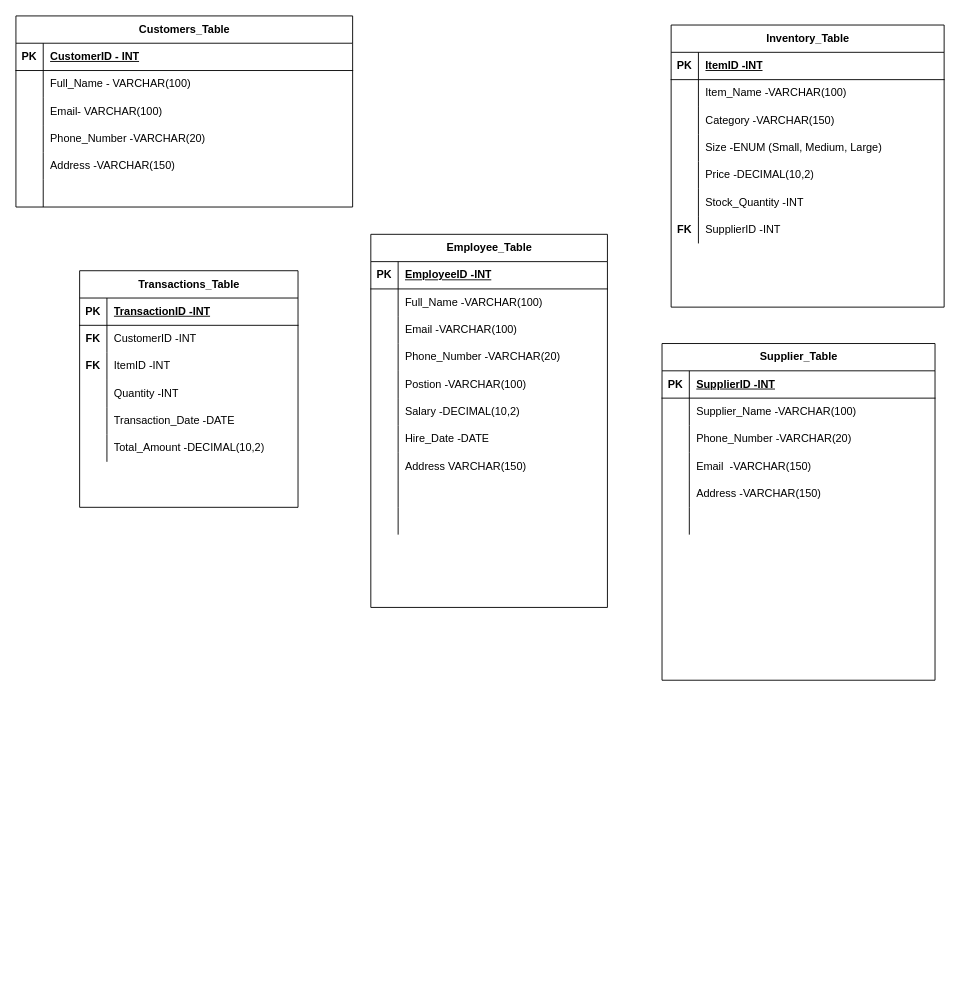
Before: Untitled Diagram.drawio in aronkidane014/Capstone_1, a draw.io diagram. Source tidied: cells renumbered, new cells numbered last; positions are measured from the earlier drawing's top-left corner, leaving out a move shared by most shapes. Both pictures are drawn from the tidied source at 91%, with x=0, y=0 at pixel (15, 15).
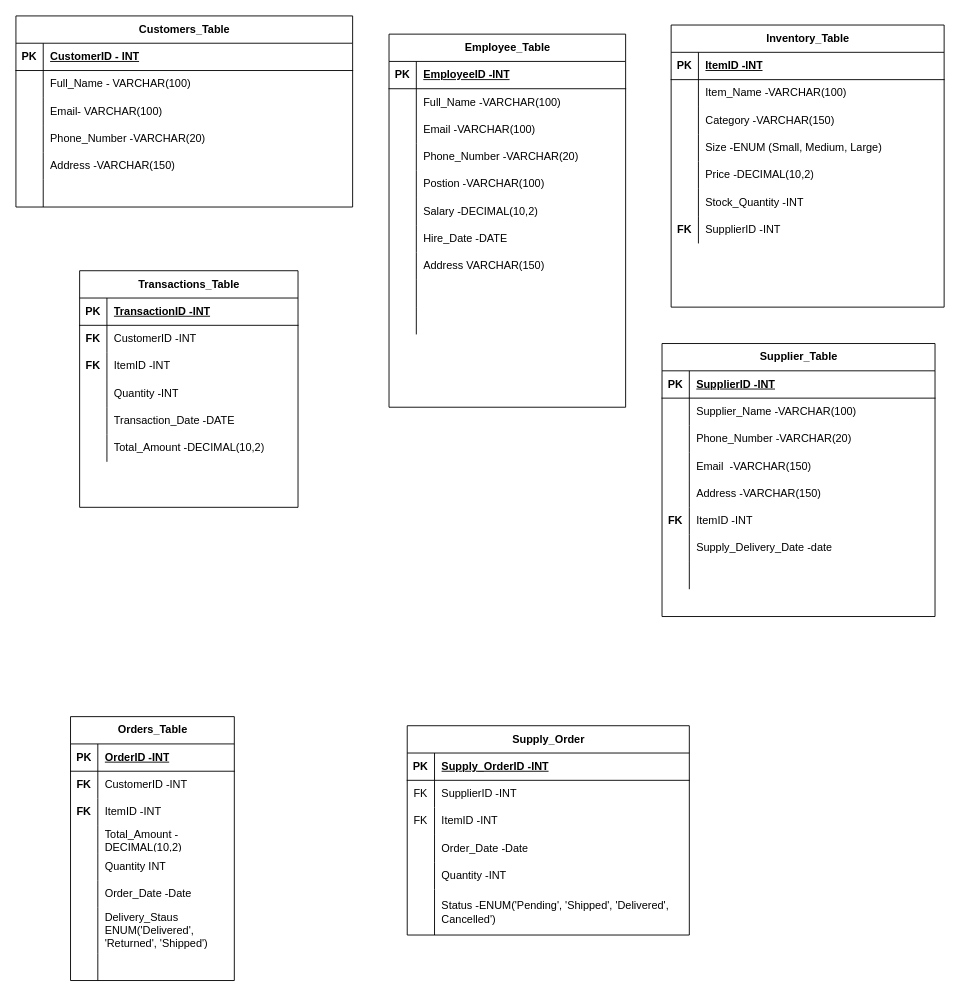
The same diagram, later.

The change refers to these unchanged cells:
```xml
<mxCell id="78" style="shape=tableRow;horizontal=0;startSize=0;swimlaneHead=0;swimlaneBody=0;fillColor=none;top=0;left=0;right=0;bottom=0;" parent="62" vertex="1">
  <mxGeometry y="180" width="300" height="30" as="geometry" />
</mxCell>
```

Diff of the diagram source:
```diff
@@
     <mxCell id="62" value="Supplier_Table" style="shape=table;startSize=30;childLayout=tableLayout;rowLines=0;fontStyle=1;align=center;html=1;" parent="1" vertex="1">
-      <mxGeometry x="710" y="360" width="300" height="370" as="geometry" />
+      <mxGeometry x="710" y="360" width="300" height="300" as="geometry" />
     </mxCell>
@@
-    <mxCell id="79" style="shape=partialRectangle;fillColor=none;top=0;left=0;bottom=0;right=0;overflow=hidden;whiteSpace=wrap;html=1;" parent="78" vertex="1">
+    <mxCell id="79" value="&lt;b&gt;FK&lt;/b&gt;" style="shape=partialRectangle;fillColor=none;top=0;left=0;bottom=0;right=0;overflow=hidden;whiteSpace=wrap;html=1;" parent="78" vertex="1">
       <mxGeometry width="30" height="30" as="geometry" />
     </mxCell>
-    <mxCell id="80" style="shape=partialRectangle;fillColor=none;top=0;left=0;bottom=0;right=0;align=left;spacingLeft=6;overflow=hidden;whiteSpace=wrap;html=1;" parent="78" vertex="1">
+    <mxCell id="80" value="ItemID -INT" style="shape=partialRectangle;fillColor=none;top=0;left=0;bottom=0;right=0;align=left;spacingLeft=6;overflow=hidden;whiteSpace=wrap;html=1;" parent="78" vertex="1">
       <mxGeometry x="30" width="270" height="30" as="geometry" />
     </mxCell>
+    <mxCell id="112" style="shape=tableRow;horizontal=0;startSize=0;swimlaneHead=0;swimlaneBody=0;fillColor=none;top=0;left=0;right=0;bottom=0;" parent="62" vertex="1">
+      <mxGeometry y="210" width="300" height="30" as="geometry" />
+    </mxCell>
+    <mxCell id="113" style="shape=partialRectangle;fillColor=none;top=0;left=0;bottom=0;right=0;overflow=hidden;whiteSpace=wrap;html=1;" parent="112" vertex="1">
+      <mxGeometry width="30" height="30" as="geometry" />
+    </mxCell>
+    <mxCell id="114" value="Supply_Delivery_Date -date" style="shape=partialRectangle;fillColor=none;top=0;left=0;bottom=0;right=0;align=left;spacingLeft=6;overflow=hidden;whiteSpace=wrap;html=1;" parent="112" vertex="1">
+      <mxGeometry x="30" width="270" height="30" as="geometry" />
+    </mxCell>
+    <mxCell id="115" style="shape=tableRow;horizontal=0;startSize=0;swimlaneHead=0;swimlaneBody=0;fillColor=none;top=0;left=0;right=0;bottom=0;" parent="62" vertex="1">
+      <mxGeometry y="240" width="300" height="30" as="geometry" />
+    </mxCell>
+    <mxCell id="116" style="shape=partialRectangle;fillColor=none;top=0;left=0;bottom=0;right=0;overflow=hidden;whiteSpace=wrap;html=1;" parent="115" vertex="1">
+      <mxGeometry width="30" height="30" as="geometry" />
+    </mxCell>
+    <mxCell id="117" style="shape=partialRectangle;fillColor=none;top=0;left=0;bottom=0;right=0;align=left;spacingLeft=6;overflow=hidden;whiteSpace=wrap;html=1;" parent="115" vertex="1">
+      <mxGeometry x="30" width="270" height="30" as="geometry" />
+    </mxCell>
     <mxCell id="81" value="Employee_Table" style="shape=table;startSize=30;childLayout=tableLayout;rowLines=0;fontStyle=1;align=center;html=1;" parent="1" vertex="1">
-      <mxGeometry x="390" y="240" width="260" height="410" as="geometry" />
+      <mxGeometry x="410" y="20" width="260" height="410" as="geometry" />
     </mxCell>
@@
+    <mxCell id="118" value="Orders_Table" style="shape=table;startSize=30;childLayout=tableLayout;rowLines=0;fontStyle=1;align=center;html=1;" parent="1" vertex="1">
+      <mxGeometry x="60" y="770" width="180" height="290" as="geometry" />
+    </mxCell>
+    <mxCell id="119" style="shape=tableRow;horizontal=0;startSize=0;swimlaneHead=0;swimlaneBody=0;fillColor=none;top=0;left=0;right=0;bottom=1;" parent="118" vertex="1">
+      <mxGeometry y="30" width="180" height="30" as="geometry" />
+    </mxCell>
+    <mxCell id="120" value="PK" style="shape=partialRectangle;fillColor=none;top=0;left=0;bottom=0;right=0;fontStyle=1;overflow=hidden;whiteSpace=wrap;html=1;" parent="119" vertex="1">
+      <mxGeometry width="30" height="30" as="geometry" />
+    </mxCell>
+    <mxCell id="121" value="OrderID -INT" style="shape=partialRectangle;fillColor=none;top=0;left=0;bottom=0;right=0;align=left;spacingLeft=6;fontStyle=5;overflow=hidden;whiteSpace=wrap;html=1;" parent="119" vertex="1">
+      <mxGeometry x="30" width="150" height="30" as="geometry" />
+    </mxCell>
+    <mxCell id="122" style="shape=tableRow;horizontal=0;startSize=0;swimlaneHead=0;swimlaneBody=0;fillColor=none;top=0;left=0;right=0;bottom=0;" parent="118" vertex="1">
+      <mxGeometry y="60" width="180" height="30" as="geometry" />
+    </mxCell>
+    <mxCell id="123" value="&lt;b&gt;FK&lt;/b&gt;" style="shape=partialRectangle;fillColor=none;top=0;left=0;bottom=0;right=0;overflow=hidden;whiteSpace=wrap;html=1;" parent="122" vertex="1">
+      <mxGeometry width="30" height="30" as="geometry" />
+    </mxCell>
+    <mxCell id="124" value="CustomerID -INT" style="shape=partialRectangle;fillColor=none;top=0;left=0;bottom=0;right=0;align=left;spacingLeft=6;overflow=hidden;whiteSpace=wrap;html=1;" parent="122" vertex="1">
+      <mxGeometry x="30" width="150" height="30" as="geometry" />
+    </mxCell>
+    <mxCell id="125" style="shape=tableRow;horizontal=0;startSize=0;swimlaneHead=0;swimlaneBody=0;fillColor=none;top=0;left=0;right=0;bottom=0;" parent="118" vertex="1">
+      <mxGeometry y="90" width="180" height="30" as="geometry" />
+    </mxCell>
+    <mxCell id="126" value="&lt;b&gt;FK&lt;/b&gt;" style="shape=partialRectangle;fillColor=none;top=0;left=0;bottom=0;right=0;overflow=hidden;whiteSpace=wrap;html=1;" parent="125" vertex="1">
+      <mxGeometry width="30" height="30" as="geometry" />
+    </mxCell>
+    <mxCell id="127" value="ItemID -INT" style="shape=partialRectangle;fillColor=none;top=0;left=0;bottom=0;right=0;align=left;spacingLeft=6;overflow=hidden;whiteSpace=wrap;html=1;" parent="125" vertex="1">
+      <mxGeometry x="30" width="150" height="30" as="geometry" />
+    </mxCell>
+    <mxCell id="128" style="shape=tableRow;horizontal=0;startSize=0;swimlaneHead=0;swimlaneBody=0;fillColor=none;top=0;left=0;right=0;bottom=0;" parent="118" vertex="1">
+      <mxGeometry y="120" width="180" height="30" as="geometry" />
+    </mxCell>
+    <mxCell id="129" style="shape=partialRectangle;fillColor=none;top=0;left=0;bottom=0;right=0;overflow=hidden;whiteSpace=wrap;html=1;" parent="128" vertex="1">
+      <mxGeometry width="30" height="30" as="geometry" />
+    </mxCell>
+    <mxCell id="130" value="Total_Amount -DECIMAL(10,2)" style="shape=partialRectangle;fillColor=none;top=0;left=0;bottom=0;right=0;align=left;spacingLeft=6;overflow=hidden;whiteSpace=wrap;html=1;" parent="128" vertex="1">
+      <mxGeometry x="30" width="150" height="30" as="geometry" />
+    </mxCell>
+    <mxCell id="131" style="shape=tableRow;horizontal=0;startSize=0;swimlaneHead=0;swimlaneBody=0;fillColor=none;top=0;left=0;right=0;bottom=0;" parent="118" vertex="1">
+      <mxGeometry y="150" width="180" height="30" as="geometry" />
+    </mxCell>
+    <mxCell id="132" style="shape=partialRectangle;fillColor=none;top=0;left=0;bottom=0;right=0;overflow=hidden;whiteSpace=wrap;html=1;" parent="131" vertex="1">
+      <mxGeometry width="30" height="30" as="geometry" />
+    </mxCell>
+    <mxCell id="133" value="Quantity INT" style="shape=partialRectangle;fillColor=none;top=0;left=0;bottom=0;right=0;align=left;spacingLeft=6;overflow=hidden;whiteSpace=wrap;html=1;" parent="131" vertex="1">
+      <mxGeometry x="30" width="150" height="30" as="geometry" />
+    </mxCell>
+    <mxCell id="134" style="shape=tableRow;horizontal=0;startSize=0;swimlaneHead=0;swimlaneBody=0;fillColor=none;top=0;left=0;right=0;bottom=0;" parent="118" vertex="1">
+      <mxGeometry y="180" width="180" height="30" as="geometry" />
+    </mxCell>
+    <mxCell id="135" style="shape=partialRectangle;fillColor=none;top=0;left=0;bottom=0;right=0;overflow=hidden;whiteSpace=wrap;html=1;" parent="134" vertex="1">
+      <mxGeometry width="30" height="30" as="geometry" />
+    </mxCell>
+    <mxCell id="136" value="Order_Date -Date" style="shape=partialRectangle;fillColor=none;top=0;left=0;bottom=0;right=0;align=left;spacingLeft=6;overflow=hidden;whiteSpace=wrap;html=1;" parent="134" vertex="1">
+      <mxGeometry x="30" width="150" height="30" as="geometry" />
+    </mxCell>
+    <mxCell id="137" style="shape=tableRow;horizontal=0;startSize=0;swimlaneHead=0;swimlaneBody=0;fillColor=none;top=0;left=0;right=0;bottom=0;" parent="118" vertex="1">
+      <mxGeometry y="210" width="180" height="50" as="geometry" />
+    </mxCell>
+    <mxCell id="138" style="shape=partialRectangle;fillColor=none;top=0;left=0;bottom=0;right=0;overflow=hidden;whiteSpace=wrap;html=1;" parent="137" vertex="1">
+      <mxGeometry width="30" height="50" as="geometry" />
+    </mxCell>
+    <mxCell id="139" value="Delivery_Staus ENUM('Delivered', 'Returned', 'Shipped')" style="shape=partialRectangle;fillColor=none;top=0;left=0;bottom=0;right=0;align=left;spacingLeft=6;overflow=hidden;whiteSpace=wrap;html=1;" parent="137" vertex="1">
+      <mxGeometry x="30" width="150" height="50" as="geometry" />
+    </mxCell>
+    <mxCell id="140" style="shape=tableRow;horizontal=0;startSize=0;swimlaneHead=0;swimlaneBody=0;fillColor=none;top=0;left=0;right=0;bottom=0;" parent="118" vertex="1">
+      <mxGeometry y="260" width="180" height="30" as="geometry" />
+    </mxCell>
+    <mxCell id="141" style="shape=partialRectangle;fillColor=none;top=0;left=0;bottom=0;right=0;overflow=hidden;whiteSpace=wrap;html=1;" parent="140" vertex="1">
+      <mxGeometry width="30" height="30" as="geometry" />
+    </mxCell>
+    <mxCell id="142" style="shape=partialRectangle;fillColor=none;top=0;left=0;bottom=0;right=0;align=left;spacingLeft=6;overflow=hidden;whiteSpace=wrap;html=1;" parent="140" vertex="1">
+      <mxGeometry x="30" width="150" height="30" as="geometry" />
+    </mxCell>
+    <mxCell id="143" value="Supply_Order" style="shape=table;startSize=30;childLayout=tableLayout;rowLines=0;fontStyle=1;align=center;html=1;" parent="1" vertex="1">
+      <mxGeometry x="430" y="780" width="310" height="230" as="geometry" />
+    </mxCell>
+    <mxCell id="144" style="shape=tableRow;horizontal=0;startSize=0;swimlaneHead=0;swimlaneBody=0;fillColor=none;top=0;left=0;right=0;bottom=1;" parent="143" vertex="1">
+      <mxGeometry y="30" width="310" height="30" as="geometry" />
+    </mxCell>
+    <mxCell id="145" value="PK" style="shape=partialRectangle;fillColor=none;top=0;left=0;bottom=0;right=0;fontStyle=1;overflow=hidden;whiteSpace=wrap;html=1;" parent="144" vertex="1">
+      <mxGeometry width="30" height="30" as="geometry" />
+    </mxCell>
+    <mxCell id="146" value="Supply_OrderID -INT" style="shape=partialRectangle;fillColor=none;top=0;left=0;bottom=0;right=0;align=left;spacingLeft=6;fontStyle=5;overflow=hidden;whiteSpace=wrap;html=1;" parent="144" vertex="1">
+      <mxGeometry x="30" width="280" height="30" as="geometry" />
+    </mxCell>
+    <mxCell id="147" style="shape=tableRow;horizontal=0;startSize=0;swimlaneHead=0;swimlaneBody=0;fillColor=none;top=0;left=0;right=0;bottom=0;" parent="143" vertex="1">
+      <mxGeometry y="60" width="310" height="30" as="geometry" />
+    </mxCell>
+    <mxCell id="148" value="FK" style="shape=partialRectangle;fillColor=none;top=0;left=0;bottom=0;right=0;overflow=hidden;whiteSpace=wrap;html=1;" parent="147" vertex="1">
+      <mxGeometry width="30" height="30" as="geometry" />
+    </mxCell>
+    <mxCell id="149" value="SupplierID -INT" style="shape=partialRectangle;fillColor=none;top=0;left=0;bottom=0;right=0;align=left;spacingLeft=6;overflow=hidden;whiteSpace=wrap;html=1;" parent="147" vertex="1">
+      <mxGeometry x="30" width="280" height="30" as="geometry" />
+    </mxCell>
+    <mxCell id="150" style="shape=tableRow;horizontal=0;startSize=0;swimlaneHead=0;swimlaneBody=0;fillColor=none;top=0;left=0;right=0;bottom=0;" parent="143" vertex="1">
+      <mxGeometry y="90" width="310" height="30" as="geometry" />
+    </mxCell>
+    <mxCell id="151" value="FK" style="shape=partialRectangle;fillColor=none;top=0;left=0;bottom=0;right=0;overflow=hidden;whiteSpace=wrap;html=1;" parent="150" vertex="1">
+      <mxGeometry width="30" height="30" as="geometry" />
+    </mxCell>
+    <mxCell id="152" value="ItemID -INT" style="shape=partialRectangle;fillColor=none;top=0;left=0;bottom=0;right=0;align=left;spacingLeft=6;overflow=hidden;whiteSpace=wrap;html=1;" parent="150" vertex="1">
+      <mxGeometry x="30" width="280" height="30" as="geometry" />
+    </mxCell>
+    <mxCell id="153" style="shape=tableRow;horizontal=0;startSize=0;swimlaneHead=0;swimlaneBody=0;fillColor=none;top=0;left=0;right=0;bottom=0;" parent="143" vertex="1">
+      <mxGeometry y="120" width="310" height="30" as="geometry" />
+    </mxCell>
+    <mxCell id="154" style="shape=partialRectangle;fillColor=none;top=0;left=0;bottom=0;right=0;overflow=hidden;whiteSpace=wrap;html=1;" parent="153" vertex="1">
+      <mxGeometry width="30" height="30" as="geometry" />
+    </mxCell>
+    <mxCell id="155" value="Order_Date -Date" style="shape=partialRectangle;fillColor=none;top=0;left=0;bottom=0;right=0;align=left;spacingLeft=6;overflow=hidden;whiteSpace=wrap;html=1;" parent="153" vertex="1">
+      <mxGeometry x="30" width="280" height="30" as="geometry" />
+    </mxCell>
+    <mxCell id="156" style="shape=tableRow;horizontal=0;startSize=0;swimlaneHead=0;swimlaneBody=0;fillColor=none;top=0;left=0;right=0;bottom=0;" parent="143" vertex="1">
+      <mxGeometry y="150" width="310" height="30" as="geometry" />
+    </mxCell>
+    <mxCell id="157" style="shape=partialRectangle;fillColor=none;top=0;left=0;bottom=0;right=0;overflow=hidden;whiteSpace=wrap;html=1;" parent="156" vertex="1">
+      <mxGeometry width="30" height="30" as="geometry" />
+    </mxCell>
+    <mxCell id="158" value="Quantity -INT" style="shape=partialRectangle;fillColor=none;top=0;left=0;bottom=0;right=0;align=left;spacingLeft=6;overflow=hidden;whiteSpace=wrap;html=1;" parent="156" vertex="1">
+      <mxGeometry x="30" width="280" height="30" as="geometry" />
+    </mxCell>
+    <mxCell id="159" style="shape=tableRow;horizontal=0;startSize=0;swimlaneHead=0;swimlaneBody=0;fillColor=none;top=0;left=0;right=0;bottom=0;" parent="143" vertex="1">
+      <mxGeometry y="180" width="310" height="50" as="geometry" />
+    </mxCell>
+    <mxCell id="160" style="shape=partialRectangle;fillColor=none;top=0;left=0;bottom=0;right=0;overflow=hidden;whiteSpace=wrap;html=1;" parent="159" vertex="1">
+      <mxGeometry width="30" height="50" as="geometry" />
+    </mxCell>
+    <mxCell id="161" value="Status -ENUM('Pending', 'Shipped', 'Delivered', Cancelled')" style="shape=partialRectangle;fillColor=none;top=0;left=0;bottom=0;right=0;align=left;spacingLeft=6;overflow=hidden;whiteSpace=wrap;html=1;" parent="159" vertex="1">
+      <mxGeometry x="30" width="280" height="50" as="geometry" />
+    </mxCell>
```
